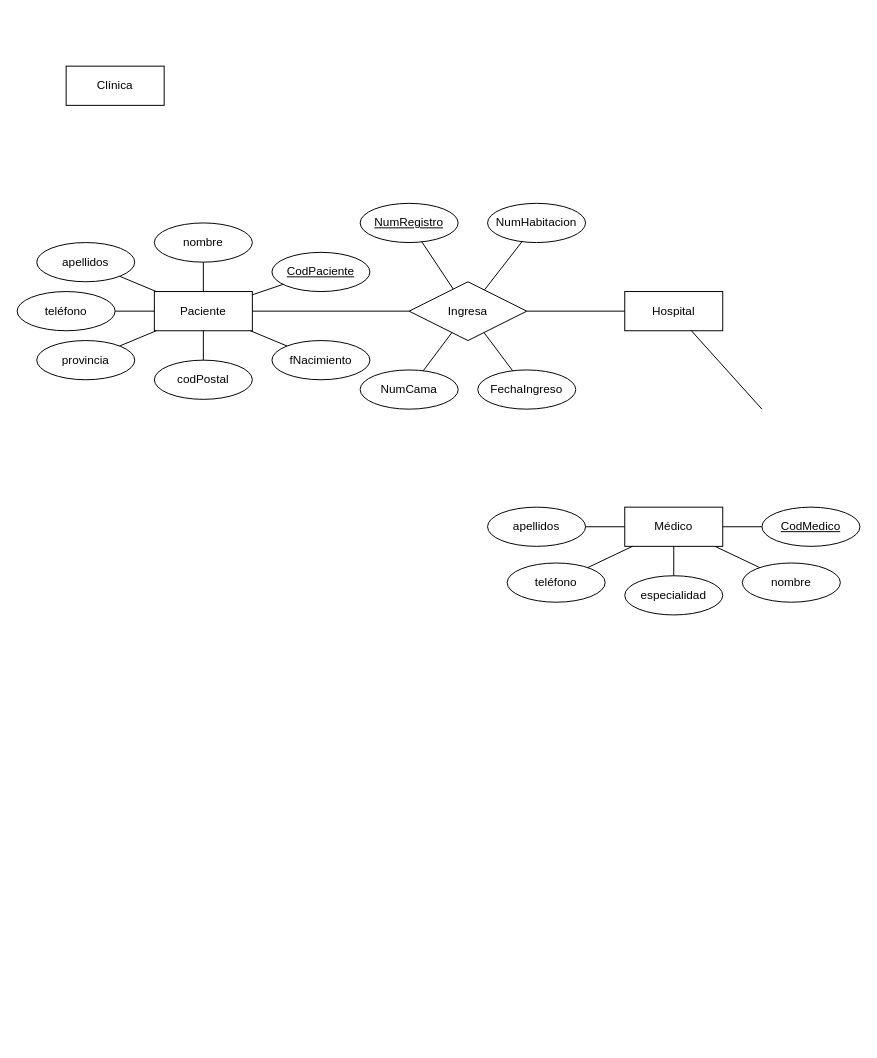
Earlier version of the draw.io diagram modeloEntidarRelacion1.drawio (DanielGZamora/testing). Source tidied: cells renumbered, new cells numbered last; positions are measured from the earlier drawing's top-left corner, leaving out a move shared by most shapes. Both pictures are drawn from the tidied source at 98%, with x=0, y=0 at pixel (17, 66).
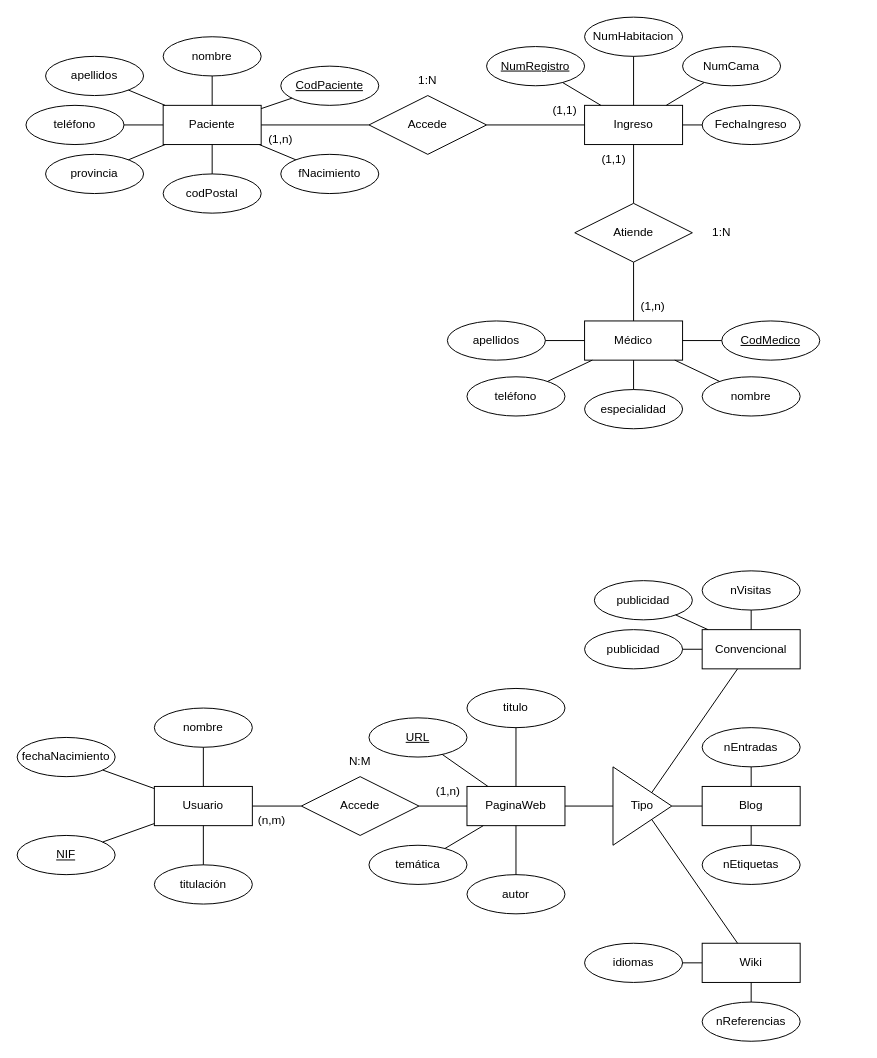
Above is the later version.

Diff of the diagram source:
```diff
@@
-    <mxCell id="2" value="Clínica" style="whiteSpace=wrap;html=1;align=center;" parent="1" vertex="1">
-      <mxGeometry x="50" width="100" height="40" as="geometry" />
-    </mxCell>
     <mxCell id="3" value="Paciente" style="whiteSpace=wrap;html=1;align=center;" parent="1" vertex="1">
-      <mxGeometry x="140" y="230" width="100" height="40" as="geometry" />
+      <mxGeometry x="149" y="40" width="100" height="40" as="geometry" />
     </mxCell>
     <mxCell id="4" value="nombre" style="ellipse;whiteSpace=wrap;html=1;align=center;" parent="1" vertex="1">
-      <mxGeometry x="140" y="160" width="100" height="40" as="geometry" />
+      <mxGeometry x="149" y="-30" width="100" height="40" as="geometry" />
     </mxCell>
@@
     <mxCell id="6" value="CodPaciente" style="ellipse;whiteSpace=wrap;html=1;align=center;fontStyle=4;" parent="1" vertex="1">
-      <mxGeometry x="260" y="190" width="100" height="40" as="geometry" />
+      <mxGeometry x="269" width="100" height="40" as="geometry" />
     </mxCell>
@@
     <mxCell id="8" value="apellidos" style="ellipse;whiteSpace=wrap;html=1;align=center;" parent="1" vertex="1">
-      <mxGeometry x="20" y="180" width="100" height="40" as="geometry" />
+      <mxGeometry x="29" y="-10" width="100" height="40" as="geometry" />
     </mxCell>
@@
     <mxCell id="10" value="teléfono" style="ellipse;whiteSpace=wrap;html=1;align=center;" parent="1" vertex="1">
-      <mxGeometry y="230" width="100" height="40" as="geometry" />
+      <mxGeometry x="9" y="40" width="100" height="40" as="geometry" />
     </mxCell>
@@
     <mxCell id="12" value="provincia" style="ellipse;whiteSpace=wrap;html=1;align=center;" parent="1" vertex="1">
-      <mxGeometry x="20" y="280" width="100" height="40" as="geometry" />
+      <mxGeometry x="29" y="90" width="100" height="40" as="geometry" />
     </mxCell>
@@
     <mxCell id="14" value="codPostal" style="ellipse;whiteSpace=wrap;html=1;align=center;" parent="1" vertex="1">
-      <mxGeometry x="140" y="300" width="100" height="40" as="geometry" />
+      <mxGeometry x="149" y="110" width="100" height="40" as="geometry" />
     </mxCell>
@@
     <mxCell id="16" value="fNacimiento" style="ellipse;whiteSpace=wrap;html=1;align=center;" parent="1" vertex="1">
-      <mxGeometry x="260" y="280" width="100" height="40" as="geometry" />
+      <mxGeometry x="269" y="90" width="100" height="40" as="geometry" />
     </mxCell>
@@
-    <mxCell id="18" value="Ingresa" style="shape=rhombus;perimeter=rhombusPerimeter;whiteSpace=wrap;html=1;align=center;" parent="1" vertex="1">
-      <mxGeometry x="400" y="220" width="120" height="60" as="geometry" />
+    <mxCell id="18" value="Accede" style="shape=rhombus;perimeter=rhombusPerimeter;whiteSpace=wrap;html=1;align=center;" parent="1" vertex="1">
+      <mxGeometry x="359" y="30" width="120" height="60" as="geometry" />
     </mxCell>
@@
     <mxCell id="20" value="Médico" style="whiteSpace=wrap;html=1;align=center;" parent="1" vertex="1">
-      <mxGeometry x="620" y="450" width="100" height="40" as="geometry" />
+      <mxGeometry x="579" y="260" width="100" height="40" as="geometry" />
     </mxCell>
     <mxCell id="21" value="nombre" style="ellipse;whiteSpace=wrap;html=1;align=center;" parent="1" vertex="1">
-      <mxGeometry x="740" y="507" width="100" height="40" as="geometry" />
+      <mxGeometry x="699" y="317" width="100" height="40" as="geometry" />
     </mxCell>
@@
     <mxCell id="23" value="CodMedico" style="ellipse;whiteSpace=wrap;html=1;align=center;fontStyle=4;" parent="1" vertex="1">
-      <mxGeometry x="760" y="450" width="100" height="40" as="geometry" />
+      <mxGeometry x="719" y="260" width="100" height="40" as="geometry" />
     </mxCell>
@@
     <mxCell id="25" value="apellidos" style="ellipse;whiteSpace=wrap;html=1;align=center;" parent="1" vertex="1">
-      <mxGeometry x="480" y="450" width="100" height="40" as="geometry" />
+      <mxGeometry x="439" y="260" width="100" height="40" as="geometry" />
     </mxCell>
@@
     <mxCell id="27" value="teléfono" style="ellipse;whiteSpace=wrap;html=1;align=center;" parent="1" vertex="1">
-      <mxGeometry x="500" y="507" width="100" height="40" as="geometry" />
+      <mxGeometry x="459" y="317" width="100" height="40" as="geometry" />
     </mxCell>
@@
     <mxCell id="29" value="especialidad" style="ellipse;whiteSpace=wrap;html=1;align=center;" parent="1" vertex="1">
-      <mxGeometry x="620" y="520" width="100" height="40" as="geometry" />
+      <mxGeometry x="579" y="330" width="100" height="40" as="geometry" />
     </mxCell>
@@
-    <mxCell id="31" value="Hospital" style="whiteSpace=wrap;html=1;align=center;" parent="1" vertex="1">
-      <mxGeometry x="620" y="230" width="100" height="40" as="geometry" />
+    <mxCell id="31" value="Ingreso" style="whiteSpace=wrap;html=1;align=center;" parent="1" vertex="1">
+      <mxGeometry x="579" y="40" width="100" height="40" as="geometry" />
     </mxCell>
@@
     <mxCell id="33" value="NumRegistro" style="ellipse;whiteSpace=wrap;html=1;align=center;fontStyle=4;" parent="1" vertex="1">
-      <mxGeometry x="350" y="140" width="100" height="40" as="geometry" />
+      <mxGeometry x="479" y="-20" width="100" height="40" as="geometry" />
     </mxCell>
-    <mxCell id="34" style="endArrow=none;html=1;rounded=0;" parent="1" edge="1" source="33" target="18">
+    <mxCell id="34" style="endArrow=none;html=1;rounded=0;" parent="1" edge="1" source="33" target="31">
       <mxGeometry relative="1" as="geometry" />
     </mxCell>
     <mxCell id="35" value="NumCama" style="ellipse;whiteSpace=wrap;html=1;align=center;" parent="1" vertex="1">
-      <mxGeometry x="350" y="310" width="100" height="40" as="geometry" />
+      <mxGeometry x="679" y="-20" width="100" height="40" as="geometry" />
     </mxCell>
-    <mxCell id="36" style="endArrow=none;html=1;rounded=0;" parent="1" edge="1" source="18" target="35">
+    <mxCell id="36" style="endArrow=none;html=1;rounded=0;" parent="1" edge="1" source="31" target="35">
       <mxGeometry relative="1" as="geometry" />
     </mxCell>
     <mxCell id="37" value="FechaIngreso" style="ellipse;whiteSpace=wrap;html=1;align=center;" parent="1" vertex="1">
-      <mxGeometry x="470" y="310" width="100" height="40" as="geometry" />
+      <mxGeometry x="699" y="40" width="100" height="40" as="geometry" />
     </mxCell>
-    <mxCell id="38" style="endArrow=none;html=1;rounded=0;" parent="1" edge="1" source="18" target="37">
+    <mxCell id="38" style="endArrow=none;html=1;rounded=0;" parent="1" edge="1" source="31" target="37">
       <mxGeometry relative="1" as="geometry" />
     </mxCell>
     <mxCell id="39" value="NumHabitacion" style="ellipse;whiteSpace=wrap;html=1;align=center;" parent="1" vertex="1">
-      <mxGeometry x="480" y="140" width="100" height="40" as="geometry" />
+      <mxGeometry x="579" y="-50" width="100" height="40" as="geometry" />
     </mxCell>
-    <mxCell id="40" style="endArrow=none;html=1;rounded=0;" parent="1" edge="1" source="18" target="39">
+    <mxCell id="40" style="endArrow=none;html=1;rounded=0;" parent="1" edge="1" source="31" target="39">
       <mxGeometry relative="1" as="geometry" />
     </mxCell>
-    <mxCell id="41" style="endArrow=none;html=1;rounded=0;" parent="1" edge="1" source="31">
-      <mxGeometry relative="1" as="geometry">
-        <mxPoint x="760" y="350" as="targetPoint" />
-      </mxGeometry>
+    <mxCell id="41" style="endArrow=none;html=1;rounded=0;" parent="1" edge="1" source="31" target="42">
+      <mxGeometry relative="1" as="geometry" />
     </mxCell>
+    <mxCell id="42" value="Atiende" style="shape=rhombus;perimeter=rhombusPerimeter;whiteSpace=wrap;html=1;align=center;" parent="1" vertex="1">
+      <mxGeometry x="569" y="140" width="120" height="60" as="geometry" />
+    </mxCell>
+    <mxCell id="43" style="endArrow=none;html=1;rounded=0;" parent="1" edge="1" source="42" target="20">
+      <mxGeometry relative="1" as="geometry" />
+    </mxCell>
+    <mxCell id="44" value="(1,n)" style="text;html=1;align=center;verticalAlign=middle;whiteSpace=wrap;rounded=0;" parent="1" vertex="1">
+      <mxGeometry x="239" y="60" width="60" height="30" as="geometry" />
+    </mxCell>
+    <mxCell id="45" value="(1,1)" style="text;html=1;align=center;verticalAlign=middle;whiteSpace=wrap;rounded=0;" parent="1" vertex="1">
+      <mxGeometry x="529" y="30" width="60" height="30" as="geometry" />
+    </mxCell>
+    <mxCell id="46" value="(1,n)" style="text;html=1;align=center;verticalAlign=middle;whiteSpace=wrap;rounded=0;" parent="1" vertex="1">
+      <mxGeometry x="619" y="230" width="60" height="30" as="geometry" />
+    </mxCell>
+    <mxCell id="47" value="(1,1)" style="text;html=1;align=center;verticalAlign=middle;whiteSpace=wrap;rounded=0;" parent="1" vertex="1">
+      <mxGeometry x="579" y="80" width="60" height="30" as="geometry" />
+    </mxCell>
+    <mxCell id="48" value="1:N" style="text;html=1;align=center;verticalAlign=middle;whiteSpace=wrap;rounded=0;" parent="1" vertex="1">
+      <mxGeometry x="689" y="155" width="60" height="30" as="geometry" />
+    </mxCell>
+    <mxCell id="49" value="1:N" style="text;html=1;align=center;verticalAlign=middle;whiteSpace=wrap;rounded=0;" parent="1" vertex="1">
+      <mxGeometry x="389" width="60" height="30" as="geometry" />
+    </mxCell>
+    <mxCell id="50" value="Usuario" style="whiteSpace=wrap;html=1;align=center;" parent="1" vertex="1">
+      <mxGeometry x="140" y="735" width="100" height="40" as="geometry" />
+    </mxCell>
+    <mxCell id="51" value="nombre" style="ellipse;whiteSpace=wrap;html=1;align=center;" parent="1" vertex="1">
+      <mxGeometry x="140" y="655" width="100" height="40" as="geometry" />
+    </mxCell>
+    <mxCell id="52" style="endArrow=none;html=1;rounded=0;" parent="1" edge="1" source="51" target="50">
+      <mxGeometry relative="1" as="geometry" />
+    </mxCell>
+    <mxCell id="53" value="NIF" style="ellipse;whiteSpace=wrap;html=1;align=center;fontStyle=4;" parent="1" vertex="1">
+      <mxGeometry y="785" width="100" height="40" as="geometry" />
+    </mxCell>
+    <mxCell id="54" style="endArrow=none;html=1;rounded=0;" parent="1" edge="1" source="50" target="53">
+      <mxGeometry relative="1" as="geometry" />
+    </mxCell>
+    <mxCell id="55" value="fechaNacimiento" style="ellipse;whiteSpace=wrap;html=1;align=center;" parent="1" vertex="1">
+      <mxGeometry y="685" width="100" height="40" as="geometry" />
+    </mxCell>
+    <mxCell id="56" style="endArrow=none;html=1;rounded=0;" parent="1" edge="1" source="55" target="50">
+      <mxGeometry relative="1" as="geometry" />
+    </mxCell>
+    <mxCell id="57" value="titulación" style="ellipse;whiteSpace=wrap;html=1;align=center;" parent="1" vertex="1">
+      <mxGeometry x="140" y="815" width="100" height="40" as="geometry" />
+    </mxCell>
+    <mxCell id="58" style="endArrow=none;html=1;rounded=0;" parent="1" edge="1" source="57" target="50">
+      <mxGeometry relative="1" as="geometry" />
+    </mxCell>
+    <mxCell id="59" value="PaginaWeb" style="whiteSpace=wrap;html=1;align=center;" parent="1" vertex="1">
+      <mxGeometry x="459" y="735" width="100" height="40" as="geometry" />
+    </mxCell>
+    <mxCell id="60" value="Accede" style="shape=rhombus;perimeter=rhombusPerimeter;whiteSpace=wrap;html=1;align=center;" parent="1" vertex="1">
+      <mxGeometry x="290" y="725" width="120" height="60" as="geometry" />
+    </mxCell>
+    <mxCell id="61" style="endArrow=none;html=1;rounded=0;" parent="1" edge="1" source="50" target="60">
+      <mxGeometry relative="1" as="geometry" />
+    </mxCell>
+    <mxCell id="62" style="endArrow=none;html=1;rounded=0;" parent="1" edge="1" source="60" target="59">
+      <mxGeometry relative="1" as="geometry" />
+    </mxCell>
+    <mxCell id="63" value="Tipo" style="triangle;whiteSpace=wrap;html=1;" parent="1" vertex="1">
+      <mxGeometry x="608" y="715" width="60" height="80" as="geometry" />
+    </mxCell>
+    <mxCell id="64" style="endArrow=none;html=1;rounded=0;" parent="1" edge="1" source="63" target="67">
+      <mxGeometry relative="1" as="geometry" />
+    </mxCell>
+    <mxCell id="65" value="Wiki" style="whiteSpace=wrap;html=1;align=center;" parent="1" vertex="1">
+      <mxGeometry x="699" y="895" width="100" height="40" as="geometry" />
+    </mxCell>
+    <mxCell id="66" value="Blog" style="whiteSpace=wrap;html=1;align=center;" parent="1" vertex="1">
+      <mxGeometry x="699" y="735" width="100" height="40" as="geometry" />
+    </mxCell>
+    <mxCell id="67" value="Convencional" style="whiteSpace=wrap;html=1;align=center;" parent="1" vertex="1">
+      <mxGeometry x="699" y="575" width="100" height="40" as="geometry" />
+    </mxCell>
+    <mxCell id="68" style="endArrow=none;html=1;rounded=0;" parent="1" edge="1" source="63" target="66">
+      <mxGeometry relative="1" as="geometry" />
+    </mxCell>
+    <mxCell id="69" style="endArrow=none;html=1;rounded=0;" parent="1" edge="1" source="63" target="65">
+      <mxGeometry relative="1" as="geometry" />
+    </mxCell>
+    <mxCell id="70" style="endArrow=none;html=1;rounded=0;" parent="1" edge="1" source="59" target="63">
+      <mxGeometry relative="1" as="geometry" />
+    </mxCell>
+    <mxCell id="71" value="titulo" style="ellipse;whiteSpace=wrap;html=1;align=center;" parent="1" vertex="1">
+      <mxGeometry x="459" y="635" width="100" height="40" as="geometry" />
+    </mxCell>
+    <mxCell id="72" style="endArrow=none;html=1;rounded=0;" parent="1" edge="1" source="71" target="59">
+      <mxGeometry relative="1" as="geometry" />
+    </mxCell>
+    <mxCell id="73" value="URL" style="ellipse;whiteSpace=wrap;html=1;align=center;fontStyle=4;" parent="1" vertex="1">
+      <mxGeometry x="359" y="665" width="100" height="40" as="geometry" />
+    </mxCell>
+    <mxCell id="74" style="endArrow=none;html=1;rounded=0;" parent="1" edge="1" source="59" target="73">
+      <mxGeometry relative="1" as="geometry" />
+    </mxCell>
+    <mxCell id="75" value="temática" style="ellipse;whiteSpace=wrap;html=1;align=center;" parent="1" vertex="1">
+      <mxGeometry x="359" y="795" width="100" height="40" as="geometry" />
+    </mxCell>
+    <mxCell id="76" style="endArrow=none;html=1;rounded=0;" parent="1" edge="1" source="75" target="59">
+      <mxGeometry relative="1" as="geometry" />
+    </mxCell>
+    <mxCell id="77" value="autor" style="ellipse;whiteSpace=wrap;html=1;align=center;" parent="1" vertex="1">
+      <mxGeometry x="459" y="825" width="100" height="40" as="geometry" />
+    </mxCell>
+    <mxCell id="78" style="endArrow=none;html=1;rounded=0;" parent="1" edge="1" source="77" target="59">
+      <mxGeometry relative="1" as="geometry" />
+    </mxCell>
+    <mxCell id="79" value="nVisitas" style="ellipse;whiteSpace=wrap;html=1;align=center;" parent="1" vertex="1">
+      <mxGeometry x="699" y="515" width="100" height="40" as="geometry" />
+    </mxCell>
+    <mxCell id="80" style="endArrow=none;html=1;rounded=0;" parent="1" edge="1" source="79" target="67">
+      <mxGeometry relative="1" as="geometry" />
+    </mxCell>
+    <mxCell id="81" value="publicidad" style="ellipse;whiteSpace=wrap;html=1;align=center;" parent="1" vertex="1">
+      <mxGeometry x="589" y="525" width="100" height="40" as="geometry" />
+    </mxCell>
+    <mxCell id="82" style="endArrow=none;html=1;rounded=0;" parent="1" edge="1" source="81" target="67">
+      <mxGeometry relative="1" as="geometry" />
+    </mxCell>
+    <mxCell id="83" value="publicidad" style="ellipse;whiteSpace=wrap;html=1;align=center;" parent="1" vertex="1">
+      <mxGeometry x="579" y="575" width="100" height="40" as="geometry" />
+    </mxCell>
+    <mxCell id="84" style="endArrow=none;html=1;rounded=0;" parent="1" edge="1" source="83" target="67">
+      <mxGeometry relative="1" as="geometry" />
+    </mxCell>
+    <mxCell id="85" value="nEntradas" style="ellipse;whiteSpace=wrap;html=1;align=center;" parent="1" vertex="1">
+      <mxGeometry x="699" y="675" width="100" height="40" as="geometry" />
+    </mxCell>
+    <mxCell id="86" style="endArrow=none;html=1;rounded=0;" parent="1" edge="1" source="85" target="66">
+      <mxGeometry relative="1" as="geometry" />
+    </mxCell>
+    <mxCell id="87" value="nEtiquetas" style="ellipse;whiteSpace=wrap;html=1;align=center;" parent="1" vertex="1">
+      <mxGeometry x="699" y="795" width="100" height="40" as="geometry" />
+    </mxCell>
+    <mxCell id="88" style="endArrow=none;html=1;rounded=0;" parent="1" edge="1" source="87" target="66">
+      <mxGeometry relative="1" as="geometry" />
+    </mxCell>
+    <mxCell id="89" value="nReferencias" style="ellipse;whiteSpace=wrap;html=1;align=center;" parent="1" vertex="1">
+      <mxGeometry x="699" y="955" width="100" height="40" as="geometry" />
+    </mxCell>
+    <mxCell id="90" style="endArrow=none;html=1;rounded=0;" parent="1" edge="1" source="89" target="65">
+      <mxGeometry relative="1" as="geometry" />
+    </mxCell>
+    <mxCell id="91" value="idiomas" style="ellipse;whiteSpace=wrap;html=1;align=center;" parent="1" vertex="1">
+      <mxGeometry x="579" y="895" width="100" height="40" as="geometry" />
+    </mxCell>
+    <mxCell id="92" style="endArrow=none;html=1;rounded=0;" parent="1" edge="1" source="91" target="65">
+      <mxGeometry relative="1" as="geometry" />
+    </mxCell>
+    <mxCell id="93" value="(1,n)" style="text;html=1;align=center;verticalAlign=middle;whiteSpace=wrap;rounded=0;" parent="1" vertex="1">
+      <mxGeometry x="410" y="725" width="60" height="30" as="geometry" />
+    </mxCell>
+    <mxCell id="94" value="(n,m)" style="text;html=1;align=center;verticalAlign=middle;whiteSpace=wrap;rounded=0;" parent="1" vertex="1">
+      <mxGeometry x="230" y="755" width="60" height="30" as="geometry" />
+    </mxCell>
+    <mxCell id="95" value="N:M" style="text;html=1;align=center;verticalAlign=middle;whiteSpace=wrap;rounded=0;" parent="1" vertex="1">
+      <mxGeometry x="320" y="695" width="60" height="30" as="geometry" />
+    </mxCell>
```
